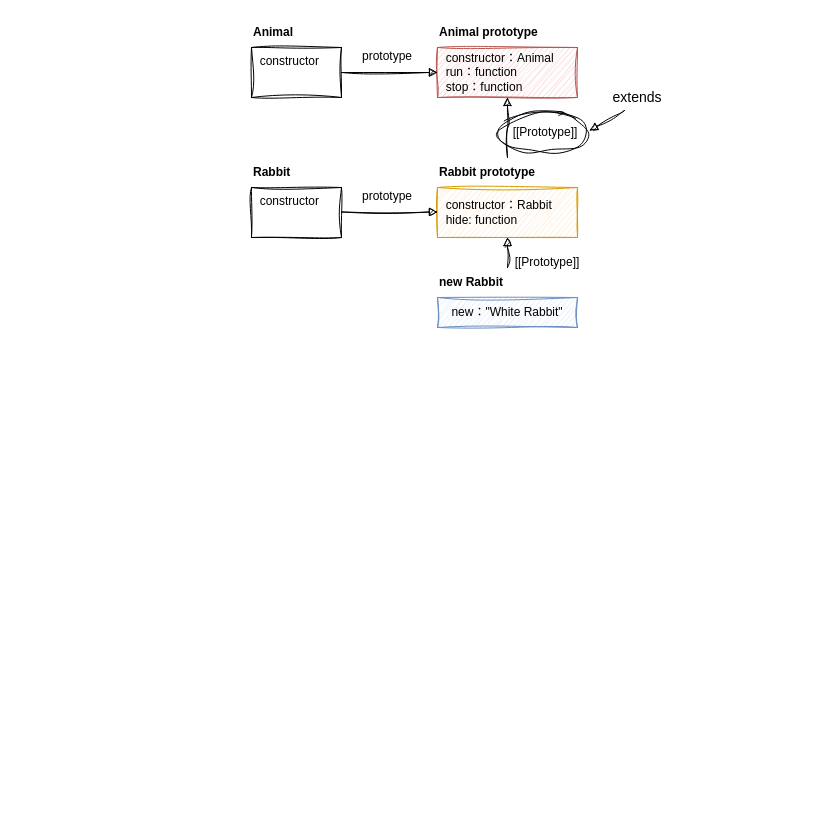
Above: 未命名绘图.drawio in wenpingzheng/demo (draw.io), before the change. Source tidied: cells renumbered, new cells numbered last; positions are measured from the earlier drawing's top-left corner, leaving out a move shared by most shapes. Both pictures are drawn from the tidied source at 100%, with x=0, y=0 at pixel (251, 17).
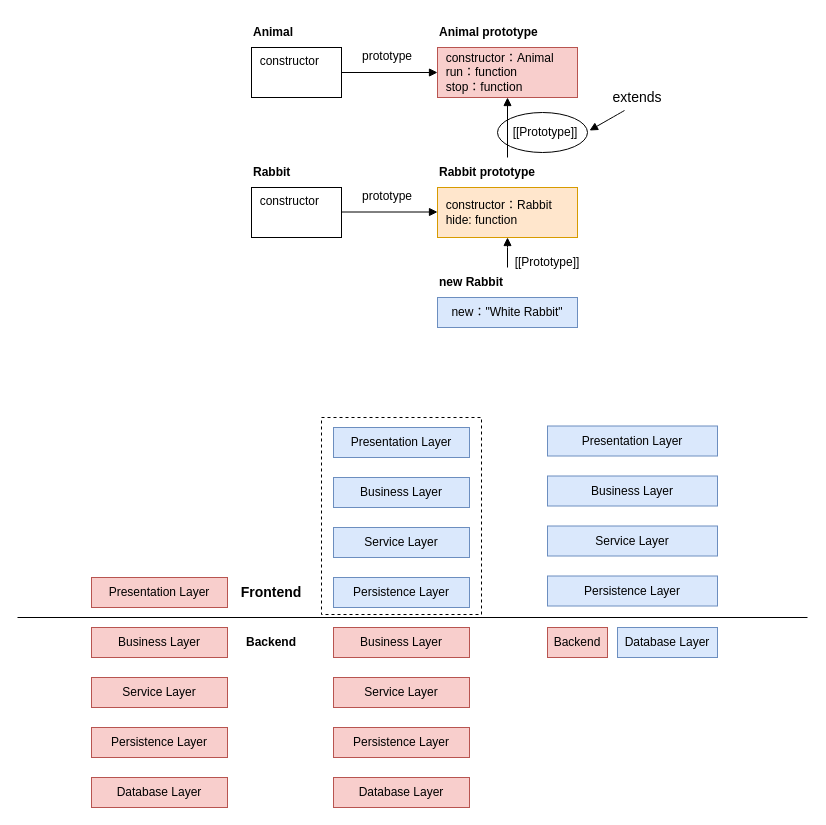
After the change.

Commit message:
更新未命名绘图.drawio

Change to the diagram source:
```diff
@@
+    <mxCell id="23" style="rounded=0;whiteSpace=wrap;html=1;dashed=1;" parent="1" vertex="1">
+      <mxGeometry x="70" y="400" width="160" height="197" as="geometry" />
+    </mxCell>
-    <mxCell id="2" style="ellipse;whiteSpace=wrap;html=1;sketch=1;curveFitting=1;jiggle=2;" parent="1" vertex="1">
+    <mxCell id="2" style="ellipse;whiteSpace=wrap;html=1;" parent="1" vertex="1">
       <mxGeometry x="246" y="95" width="90" height="40" as="geometry" />
     </mxCell>
-    <mxCell id="3" value="new：&quot;White Rabbit&quot;" style="rounded=0;whiteSpace=wrap;html=1;fillColor=#dae8fc;strokeColor=#6c8ebf;sketch=1;curveFitting=1;jiggle=2;" parent="1" vertex="1">
+    <mxCell id="3" value="new：&quot;White Rabbit&quot;" style="rounded=0;whiteSpace=wrap;html=1;fillColor=#dae8fc;strokeColor=#6c8ebf;" parent="1" vertex="1">
       <mxGeometry x="186" y="280" width="140" height="30" as="geometry" />
     </mxCell>
-    <mxCell id="4" value="&amp;nbsp; constructor：Rabbit&lt;br&gt;&amp;nbsp; hide: function" style="rounded=0;whiteSpace=wrap;html=1;align=left;fillColor=#ffe6cc;strokeColor=#d79b00;sketch=1;curveFitting=1;jiggle=2;" parent="1" vertex="1">
+    <mxCell id="4" value="&amp;nbsp; constructor：Rabbit&lt;br&gt;&amp;nbsp; hide: function" style="rounded=0;whiteSpace=wrap;html=1;align=left;fillColor=#ffe6cc;strokeColor=#d79b00;" parent="1" vertex="1">
       <mxGeometry x="186" y="170" width="140" height="50" as="geometry" />
     </mxCell>
-    <mxCell id="5" value="&amp;nbsp; constructor：Animal&lt;br&gt;&amp;nbsp; run：function&lt;br&gt;&amp;nbsp; stop：function" style="rounded=0;whiteSpace=wrap;html=1;align=left;fillColor=#f8cecc;strokeColor=#b85450;sketch=1;curveFitting=1;jiggle=2;" parent="1" vertex="1">
+    <mxCell id="5" value="&amp;nbsp; constructor：Animal&lt;br&gt;&amp;nbsp; run：function&lt;br&gt;&amp;nbsp; stop：function" style="rounded=0;whiteSpace=wrap;html=1;align=left;fillColor=#f8cecc;strokeColor=#b85450;" parent="1" vertex="1">
       <mxGeometry x="186" y="30" width="140" height="50" as="geometry" />
     </mxCell>
-    <mxCell id="6" value="Animal prototype" style="text;html=1;align=left;verticalAlign=middle;whiteSpace=wrap;rounded=0;fontStyle=1;sketch=1;curveFitting=1;jiggle=2;" parent="1" vertex="1">
+    <mxCell id="6" value="Animal prototype" style="text;html=1;align=left;verticalAlign=middle;whiteSpace=wrap;rounded=0;fontStyle=1;" parent="1" vertex="1">
       <mxGeometry x="186" width="140" height="30" as="geometry" />
     </mxCell>
-    <mxCell id="7" style="edgeStyle=orthogonalEdgeStyle;rounded=0;jettySize=auto;html=1;endArrow=block;endFill=1;sketch=1;curveFitting=1;jiggle=2;" parent="1" edge="1" source="8">
+    <mxCell id="7" style="edgeStyle=orthogonalEdgeStyle;rounded=0;jettySize=auto;html=1;endArrow=block;endFill=1;" parent="1" edge="1" source="8">
       <mxGeometry relative="1" as="geometry">
         <mxPoint x="256" y="80" as="targetPoint" />
       </mxGeometry>
     </mxCell>
-    <mxCell id="8" value="Rabbit prototype" style="text;html=1;align=left;verticalAlign=middle;whiteSpace=wrap;rounded=0;fontStyle=1;sketch=1;curveFitting=1;jiggle=2;" parent="1" vertex="1">
+    <mxCell id="8" value="Rabbit prototype" style="text;html=1;align=left;verticalAlign=middle;whiteSpace=wrap;rounded=0;fontStyle=1;" parent="1" vertex="1">
       <mxGeometry x="186" y="140" width="140" height="30" as="geometry" />
     </mxCell>
-    <mxCell id="9" style="edgeStyle=orthogonalEdgeStyle;rounded=0;jettySize=auto;html=1;endArrow=block;endFill=1;sketch=1;curveFitting=1;jiggle=2;" parent="1" edge="1" source="10">
+    <mxCell id="9" style="edgeStyle=orthogonalEdgeStyle;rounded=0;jettySize=auto;html=1;endArrow=block;endFill=1;" parent="1" edge="1" source="10">
       <mxGeometry relative="1" as="geometry">
         <mxPoint x="256" y="220" as="targetPoint" />
       </mxGeometry>
     </mxCell>
-    <mxCell id="10" value="new Rabbit" style="text;html=1;align=left;verticalAlign=middle;whiteSpace=wrap;rounded=0;fontStyle=1;sketch=1;curveFitting=1;jiggle=2;" parent="1" vertex="1">
+    <mxCell id="10" value="new Rabbit" style="text;html=1;align=left;verticalAlign=middle;whiteSpace=wrap;rounded=0;fontStyle=1;" parent="1" vertex="1">
       <mxGeometry x="186" y="250" width="140" height="30" as="geometry" />
     </mxCell>
-    <mxCell id="11" value="&amp;nbsp; constructor" style="rounded=0;whiteSpace=wrap;html=1;verticalAlign=top;align=left;sketch=1;curveFitting=1;jiggle=2;" parent="1" vertex="1">
+    <mxCell id="11" value="&amp;nbsp; constructor" style="rounded=0;whiteSpace=wrap;html=1;verticalAlign=top;align=left;" parent="1" vertex="1">
       <mxGeometry y="170" width="90" height="50" as="geometry" />
     </mxCell>
-    <mxCell id="12" style="edgeStyle=orthogonalEdgeStyle;rounded=0;jettySize=auto;html=1;entryX=0;entryY=0.5;entryDx=0;entryDy=0;endArrow=block;endFill=1;sketch=1;curveFitting=1;jiggle=2;" parent="1" edge="1" source="13" target="5">
+    <mxCell id="12" style="edgeStyle=orthogonalEdgeStyle;rounded=0;jettySize=auto;html=1;entryX=0;entryY=0.5;entryDx=0;entryDy=0;endArrow=block;endFill=1;" parent="1" edge="1" source="13" target="5">
       <mxGeometry relative="1" as="geometry" />
     </mxCell>
-    <mxCell id="13" value="&amp;nbsp; constructor" style="rounded=0;whiteSpace=wrap;html=1;verticalAlign=top;align=left;sketch=1;curveFitting=1;jiggle=2;" parent="1" vertex="1">
+    <mxCell id="13" value="&amp;nbsp; constructor" style="rounded=0;whiteSpace=wrap;html=1;verticalAlign=top;align=left;" parent="1" vertex="1">
       <mxGeometry y="30" width="90" height="50" as="geometry" />
     </mxCell>
-    <mxCell id="14" value="Animal" style="text;html=1;align=left;verticalAlign=middle;whiteSpace=wrap;rounded=0;fontStyle=1;sketch=1;curveFitting=1;jiggle=2;" parent="1" vertex="1">
+    <mxCell id="14" value="Animal" style="text;html=1;align=left;verticalAlign=middle;whiteSpace=wrap;rounded=0;fontStyle=1;" parent="1" vertex="1">
       <mxGeometry width="90" height="30" as="geometry" />
     </mxCell>
-    <mxCell id="15" value="Rabbit" style="text;html=1;align=left;verticalAlign=middle;whiteSpace=wrap;rounded=0;fontStyle=1;sketch=1;curveFitting=1;jiggle=2;" parent="1" vertex="1">
+    <mxCell id="15" value="Rabbit" style="text;html=1;align=left;verticalAlign=middle;whiteSpace=wrap;rounded=0;fontStyle=1;" parent="1" vertex="1">
       <mxGeometry y="140" width="90" height="30" as="geometry" />
     </mxCell>
-    <mxCell id="16" style="edgeStyle=orthogonalEdgeStyle;rounded=0;orthogonalLoop=1;jettySize=auto;html=1;entryX=0;entryY=0.5;entryDx=0;entryDy=0;endArrow=block;endFill=1;sketch=1;curveFitting=1;jiggle=2;" parent="1" edge="1">
+    <mxCell id="16" style="edgeStyle=orthogonalEdgeStyle;rounded=0;orthogonalLoop=1;jettySize=auto;html=1;entryX=0;entryY=0.5;entryDx=0;entryDy=0;endArrow=block;endFill=1;" parent="1" edge="1">
       <mxGeometry relative="1" as="geometry">
         <mxPoint x="90" y="194.5" as="sourcePoint" />
         <mxPoint x="186" y="194.5" as="targetPoint" />
       </mxGeometry>
     </mxCell>
-    <mxCell id="17" value="[[Prototype]]" style="text;html=1;align=center;verticalAlign=middle;whiteSpace=wrap;rounded=0;sketch=1;curveFitting=1;jiggle=2;" parent="1" vertex="1">
+    <mxCell id="17" value="[[Prototype]]" style="text;html=1;align=center;verticalAlign=middle;whiteSpace=wrap;rounded=0;" parent="1" vertex="1">
       <mxGeometry x="256" y="230" width="80" height="30" as="geometry" />
     </mxCell>
-    <mxCell id="18" value="[[Prototype]]" style="text;html=1;align=center;verticalAlign=middle;whiteSpace=wrap;rounded=0;sketch=1;curveFitting=1;jiggle=2;" parent="1" vertex="1">
+    <mxCell id="18" value="[[Prototype]]" style="text;html=1;align=center;verticalAlign=middle;whiteSpace=wrap;rounded=0;" parent="1" vertex="1">
       <mxGeometry x="254" y="100" width="80" height="30" as="geometry" />
     </mxCell>
-    <mxCell id="19" value="extends" style="text;html=1;align=center;verticalAlign=middle;whiteSpace=wrap;rounded=0;fontSize=14;sketch=1;curveFitting=1;jiggle=2;" parent="1" vertex="1">
+    <mxCell id="19" value="extends" style="text;html=1;align=center;verticalAlign=middle;whiteSpace=wrap;rounded=0;fontSize=14;" parent="1" vertex="1">
       <mxGeometry x="356" y="65" width="60" height="30" as="geometry" />
     </mxCell>
-    <mxCell id="20" style="curved=1;endArrow=block;html=1;rounded=0;entryX=1;entryY=0.5;entryDx=0;entryDy=0;exitX=0.25;exitY=1;exitDx=0;exitDy=0;endFill=1;sketch=1;curveFitting=1;jiggle=2;" parent="1" edge="1">
+    <mxCell id="20" style="curved=1;endArrow=block;html=1;rounded=0;entryX=1;entryY=0.5;entryDx=0;entryDy=0;exitX=0.25;exitY=1;exitDx=0;exitDy=0;endFill=1;" parent="1" edge="1">
       <mxGeometry relative="1" as="geometry">
         <mxPoint x="373" y="93" as="sourcePoint" />
         <mxPoint x="338" y="113" as="targetPoint" />
       </mxGeometry>
     </mxCell>
-    <mxCell id="21" value="prototype" style="text;html=1;align=center;verticalAlign=middle;whiteSpace=wrap;rounded=0;fontSize=12;sketch=1;curveFitting=1;jiggle=2;" parent="1" vertex="1">
+    <mxCell id="21" value="prototype" style="text;html=1;align=center;verticalAlign=middle;whiteSpace=wrap;rounded=0;fontSize=12;" parent="1" vertex="1">
       <mxGeometry x="106" y="24" width="60" height="30" as="geometry" />
     </mxCell>
-    <mxCell id="22" value="prototype" style="text;html=1;align=center;verticalAlign=middle;whiteSpace=wrap;rounded=0;fontSize=12;sketch=1;curveFitting=1;jiggle=2;" parent="1" vertex="1">
+    <mxCell id="22" value="prototype" style="text;html=1;align=center;verticalAlign=middle;whiteSpace=wrap;rounded=0;fontSize=12;" parent="1" vertex="1">
       <mxGeometry x="106" y="164" width="60" height="30" as="geometry" />
     </mxCell>
+    <mxCell id="24" value="Presentation Layer" style="rounded=0;whiteSpace=wrap;html=1;hachureGap=4;fontFamily=Helvetica;fillColor=#f8cecc;strokeColor=#b85450;" parent="1" vertex="1">
+      <mxGeometry x="-160" y="560" width="136" height="30" as="geometry" />
+    </mxCell>
+    <mxCell id="25" value="Business Layer" style="rounded=0;whiteSpace=wrap;html=1;hachureGap=4;fontFamily=Helvetica;fillColor=#f8cecc;strokeColor=#b85450;" parent="1" vertex="1">
+      <mxGeometry x="-160" y="610" width="136" height="30" as="geometry" />
+    </mxCell>
+    <mxCell id="26" value="Service Layer" style="rounded=0;whiteSpace=wrap;html=1;hachureGap=4;fontFamily=Helvetica;fillColor=#f8cecc;strokeColor=#b85450;" parent="1" vertex="1">
+      <mxGeometry x="-160" y="660" width="136" height="30" as="geometry" />
+    </mxCell>
+    <mxCell id="27" value="Persistence Layer" style="rounded=0;whiteSpace=wrap;html=1;hachureGap=4;fontFamily=Helvetica;fillColor=#f8cecc;strokeColor=#b85450;" parent="1" vertex="1">
+      <mxGeometry x="-160" y="710" width="136" height="30" as="geometry" />
+    </mxCell>
+    <mxCell id="28" value="Database Layer" style="rounded=0;whiteSpace=wrap;html=1;hachureGap=4;fontFamily=Helvetica;fillColor=#f8cecc;strokeColor=#b85450;" parent="1" vertex="1">
+      <mxGeometry x="-160" y="760" width="136" height="30" as="geometry" />
+    </mxCell>
+    <mxCell id="29" style="endArrow=none;html=1;rounded=0;" parent="1" edge="1">
+      <mxGeometry relative="1" as="geometry">
+        <mxPoint x="-234" y="600" as="sourcePoint" />
+        <mxPoint x="556" y="600" as="targetPoint" />
+      </mxGeometry>
+    </mxCell>
+    <mxCell id="30" value="Presentation Layer" style="rounded=0;whiteSpace=wrap;html=1;hachureGap=4;fontFamily=Helvetica;fillColor=#dae8fc;strokeColor=#6c8ebf;" parent="1" vertex="1">
+      <mxGeometry x="82" y="410" width="136" height="30" as="geometry" />
+    </mxCell>
+    <mxCell id="31" value="Business Layer" style="rounded=0;whiteSpace=wrap;html=1;hachureGap=4;fontFamily=Helvetica;fillColor=#dae8fc;strokeColor=#6c8ebf;" parent="1" vertex="1">
+      <mxGeometry x="82" y="460" width="136" height="30" as="geometry" />
+    </mxCell>
+    <mxCell id="32" value="Service Layer" style="rounded=0;whiteSpace=wrap;html=1;hachureGap=4;fontFamily=Helvetica;fillColor=#dae8fc;strokeColor=#6c8ebf;" parent="1" vertex="1">
+      <mxGeometry x="82" y="510" width="136" height="30" as="geometry" />
+    </mxCell>
+    <mxCell id="33" value="Persistence Layer" style="rounded=0;whiteSpace=wrap;html=1;hachureGap=4;fontFamily=Helvetica;fillColor=#dae8fc;strokeColor=#6c8ebf;" parent="1" vertex="1">
+      <mxGeometry x="82" y="560" width="136" height="30" as="geometry" />
+    </mxCell>
+    <mxCell id="34" value="Business Layer" style="rounded=0;whiteSpace=wrap;html=1;hachureGap=4;fontFamily=Helvetica;fillColor=#f8cecc;strokeColor=#b85450;" parent="1" vertex="1">
+      <mxGeometry x="82" y="610" width="136" height="30" as="geometry" />
+    </mxCell>
+    <mxCell id="35" value="Service Layer" style="rounded=0;whiteSpace=wrap;html=1;hachureGap=4;fontFamily=Helvetica;fillColor=#f8cecc;strokeColor=#b85450;" parent="1" vertex="1">
+      <mxGeometry x="82" y="660" width="136" height="30" as="geometry" />
+    </mxCell>
+    <mxCell id="36" value="Persistence Layer" style="rounded=0;whiteSpace=wrap;html=1;hachureGap=4;fontFamily=Helvetica;fillColor=#f8cecc;strokeColor=#b85450;" parent="1" vertex="1">
+      <mxGeometry x="82" y="710" width="136" height="30" as="geometry" />
+    </mxCell>
+    <mxCell id="37" value="Database Layer" style="rounded=0;whiteSpace=wrap;html=1;hachureGap=4;fontFamily=Helvetica;fillColor=#f8cecc;strokeColor=#b85450;" parent="1" vertex="1">
+      <mxGeometry x="82" y="760" width="136" height="30" as="geometry" />
+    </mxCell>
+    <mxCell id="38" value="Frontend" style="text;html=1;align=center;verticalAlign=middle;whiteSpace=wrap;rounded=0;fontStyle=1;fontSize=14;" parent="1" vertex="1">
+      <mxGeometry x="-10" y="560" width="60" height="30" as="geometry" />
+    </mxCell>
+    <mxCell id="39" value="Backend" style="text;html=1;align=center;verticalAlign=middle;whiteSpace=wrap;rounded=0;fontStyle=1;" parent="1" vertex="1">
+      <mxGeometry x="-10" y="610" width="60" height="30" as="geometry" />
+    </mxCell>
+    <mxCell id="40" value="Presentation Layer" style="rounded=0;whiteSpace=wrap;html=1;hachureGap=4;fontFamily=Helvetica;fillColor=#dae8fc;strokeColor=#6c8ebf;" parent="1" vertex="1">
+      <mxGeometry x="296" y="408.5" width="170" height="30" as="geometry" />
+    </mxCell>
+    <mxCell id="41" value="Business Layer" style="rounded=0;whiteSpace=wrap;html=1;hachureGap=4;fontFamily=Helvetica;fillColor=#dae8fc;strokeColor=#6c8ebf;" parent="1" vertex="1">
+      <mxGeometry x="296" y="458.5" width="170" height="30" as="geometry" />
+    </mxCell>
+    <mxCell id="42" value="Service Layer" style="rounded=0;whiteSpace=wrap;html=1;hachureGap=4;fontFamily=Helvetica;fillColor=#dae8fc;strokeColor=#6c8ebf;" parent="1" vertex="1">
+      <mxGeometry x="296" y="508.5" width="170" height="30" as="geometry" />
+    </mxCell>
+    <mxCell id="43" value="Persistence Layer" style="rounded=0;whiteSpace=wrap;html=1;hachureGap=4;fontFamily=Helvetica;fillColor=#dae8fc;strokeColor=#6c8ebf;" parent="1" vertex="1">
+      <mxGeometry x="296" y="558.5" width="170" height="30" as="geometry" />
+    </mxCell>
+    <mxCell id="44" value="Backend" style="rounded=0;whiteSpace=wrap;html=1;hachureGap=4;fontFamily=Helvetica;fillColor=#f8cecc;strokeColor=#b85450;" parent="1" vertex="1">
+      <mxGeometry x="296" y="610" width="60" height="30" as="geometry" />
+    </mxCell>
+    <mxCell id="45" value="Database Layer" style="rounded=0;whiteSpace=wrap;html=1;hachureGap=4;fontFamily=Helvetica;fillColor=#dae8fc;strokeColor=#6c8ebf;" parent="1" vertex="1">
+      <mxGeometry x="366" y="610" width="100" height="30" as="geometry" />
+    </mxCell>
```
